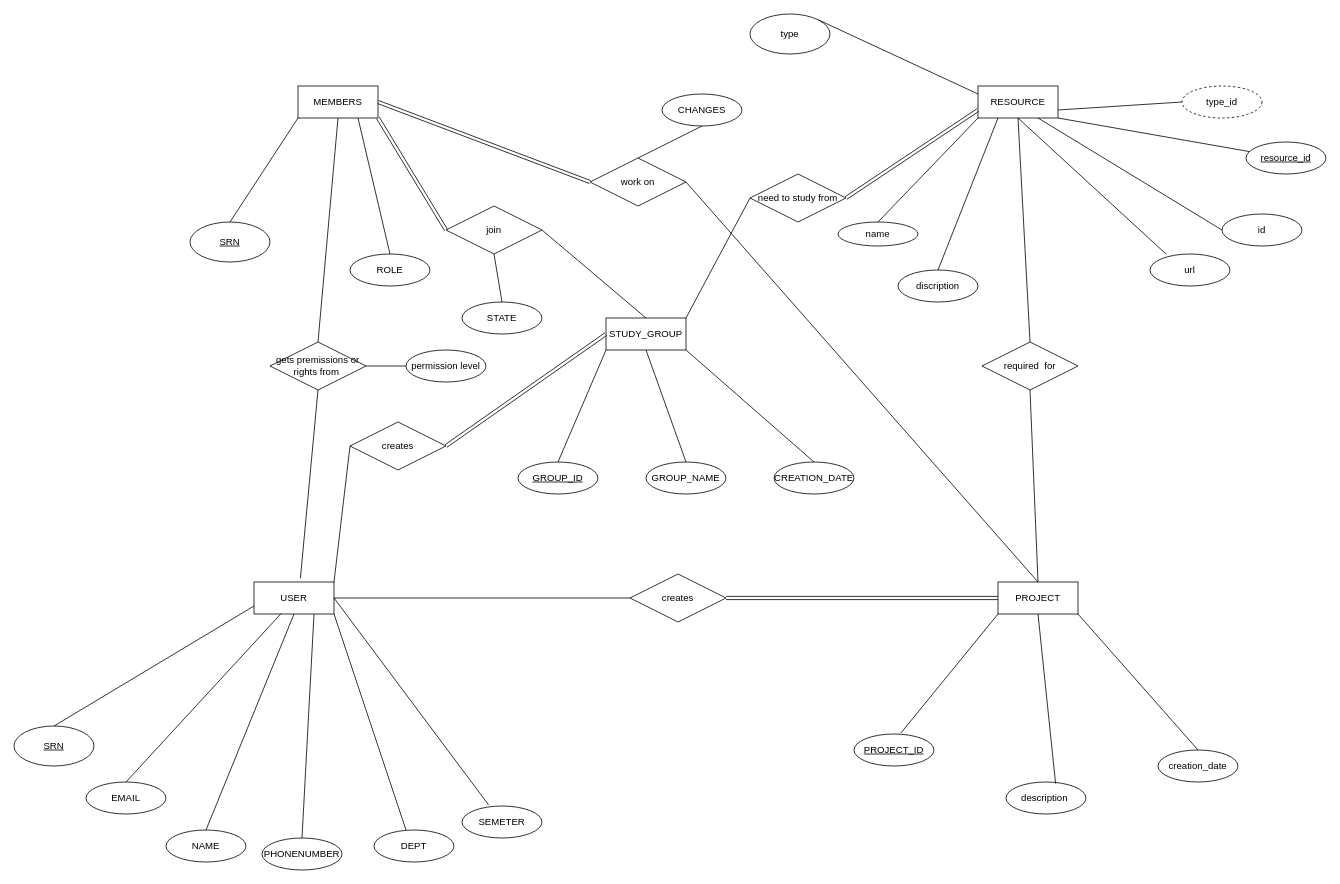
The draw.io diagram er.drawio in bvgaurav4/COVITEAM, before the edit. Source tidied: cells renumbered, new cells numbered last; positions are measured from the earlier drawing's top-left corner, leaving out a move shared by most shapes. Both pictures are drawn from the tidied source at 80%, with x=0, y=0 at pixel (14, 14).
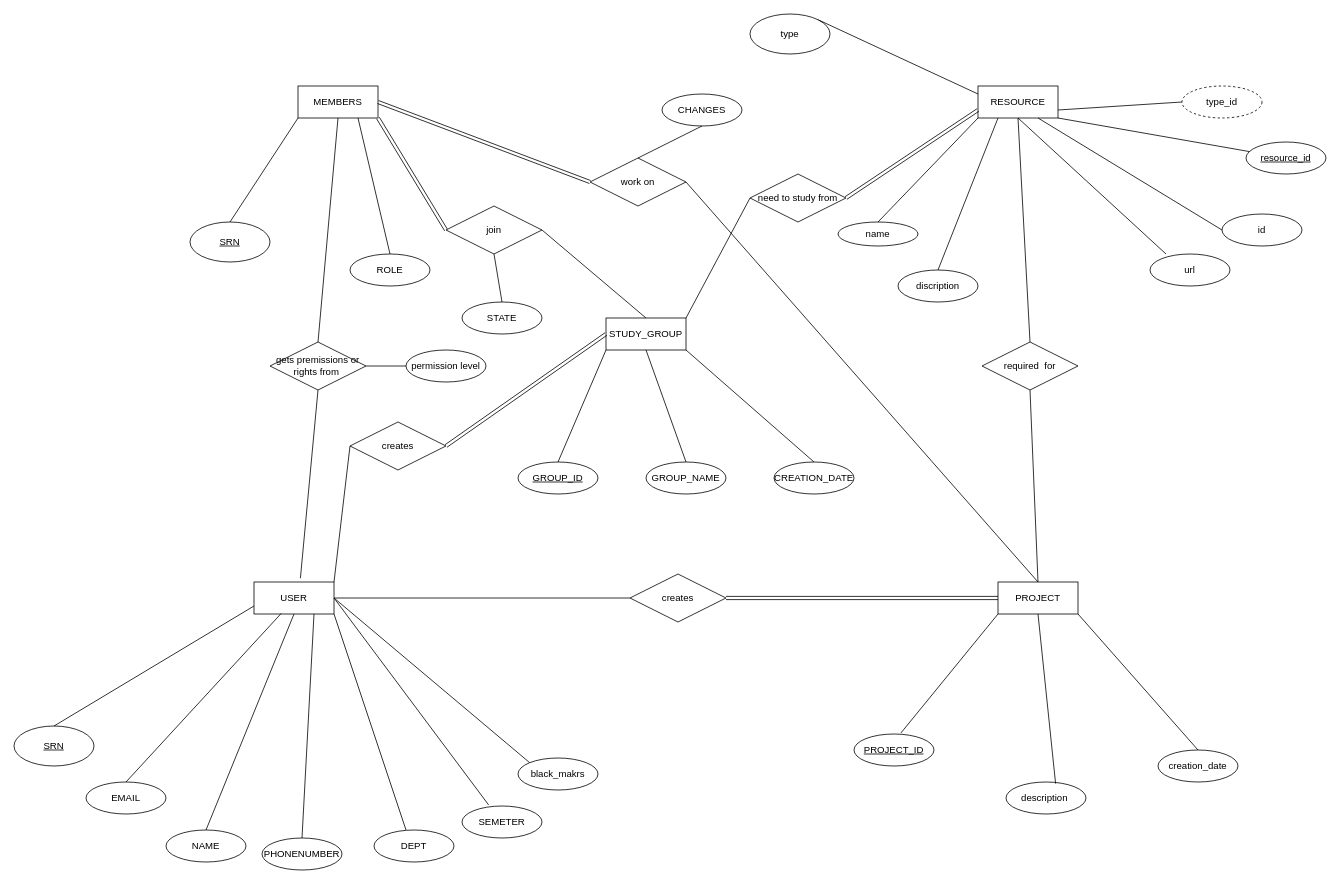
The same page after the edit.

Commit message (it also covers changes not shown here):
black_mark

The change refers to these unchanged cells:
```xml
<mxCell id="2" value="USER" style="whiteSpace=wrap;html=1;align=center;" parent="1" vertex="1">
  <mxGeometry x="300" y="710" width="100" height="40" as="geometry" />
</mxCell>
```

Diff of the diagram source:
```diff
@@
+    <mxCell id="76" value="black_makrs" style="ellipse;whiteSpace=wrap;html=1;align=center;" parent="1" vertex="1">
+      <mxGeometry x="630" y="930" width="100" height="40" as="geometry" />
+    </mxCell>
+    <mxCell id="77" style="endArrow=none;html=1;entryX=1;entryY=0.5;entryDx=0;entryDy=0;exitX=0;exitY=0;exitDx=0;exitDy=0;" parent="1" edge="1" source="76" target="2">
+      <mxGeometry relative="1" as="geometry" />
+    </mxCell>
```
